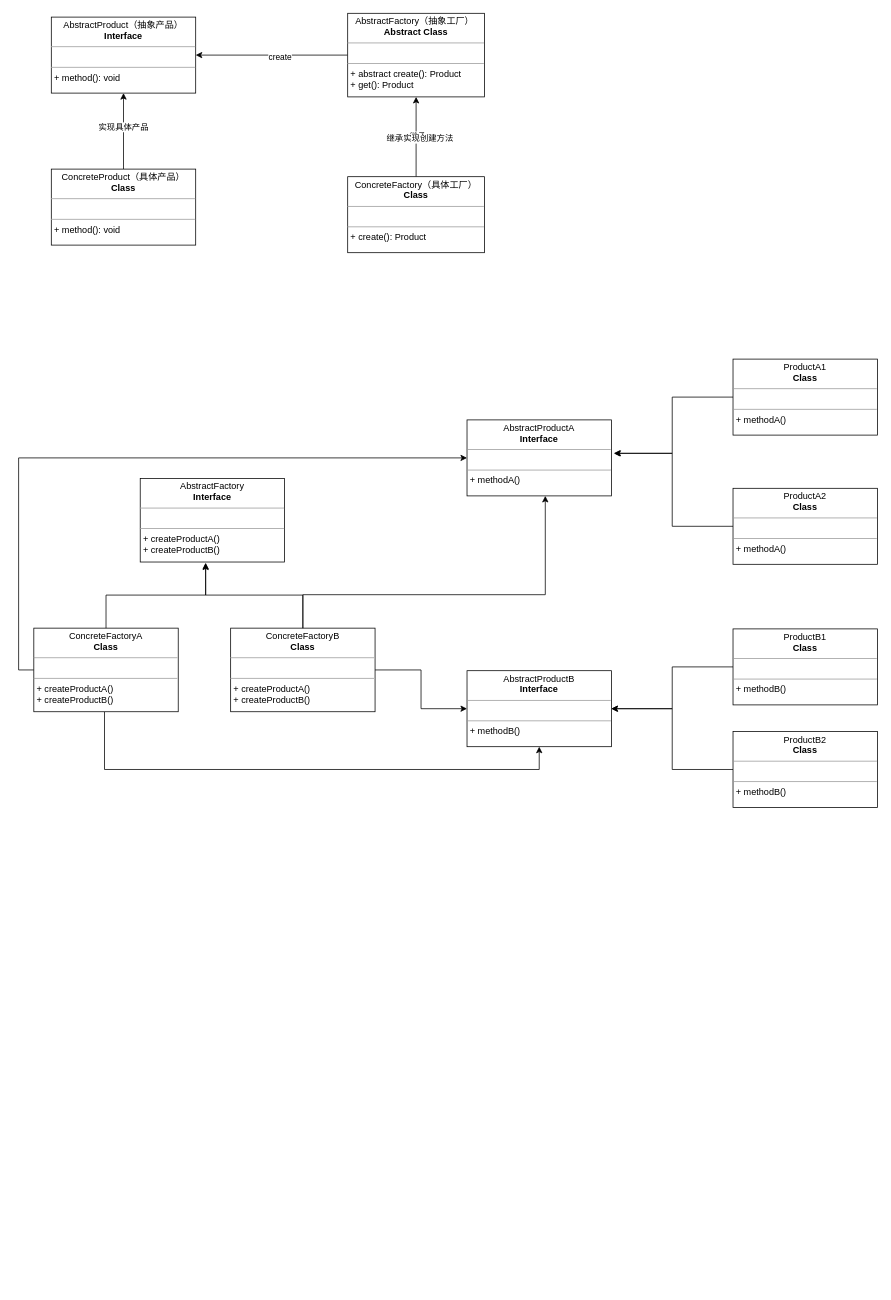
Earlier version of the draw.io diagram design.drawio (traurigekatze/creator). Source tidied: cells renumbered, new cells numbered last; positions are measured from the earlier drawing's top-left corner, leaving out a move shared by most shapes. Both pictures are drawn from the tidied source at 76%, with x=0, y=0 at pixel (18, 13).
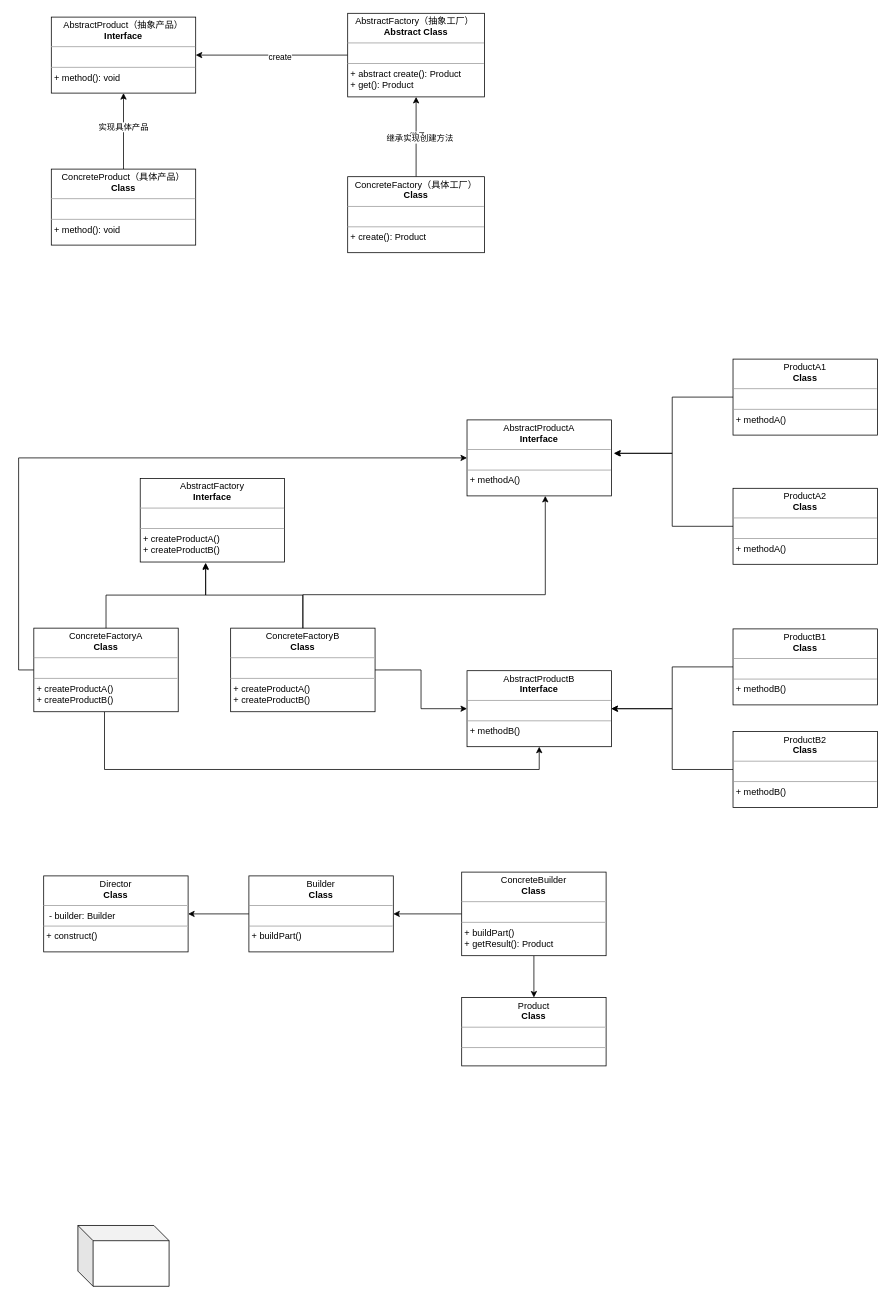
The same diagram, later.

The edit, as a diff of the source:
```diff
@@
+    <mxCell id="32" value="&lt;p style=&quot;margin:0px;margin-top:4px;text-align:center;&quot;&gt;Director&lt;br&gt;&lt;b&gt;Class&lt;/b&gt;&lt;/p&gt;&lt;hr size=&quot;1&quot;&gt;&lt;p style=&quot;margin:0px;margin-left:4px;&quot;&gt;&amp;nbsp;- builder: Builder&lt;/p&gt;&lt;hr size=&quot;1&quot;&gt;&lt;p style=&quot;margin:0px;margin-left:4px;&quot;&gt;+ construct()&lt;/p&gt;" style="verticalAlign=top;align=left;overflow=fill;fontSize=12;fontFamily=Helvetica;html=1;whiteSpace=wrap;" parent="1" vertex="1">
+      <mxGeometry x="33" y="1135" width="190" height="100" as="geometry" />
+    </mxCell>
+    <mxCell id="33" style="edgeStyle=orthogonalEdgeStyle;rounded=0;jettySize=auto;html=1;" parent="1" edge="1" source="34" target="32">
+      <mxGeometry relative="1" as="geometry" />
+    </mxCell>
+    <mxCell id="34" value="&lt;p style=&quot;margin:0px;margin-top:4px;text-align:center;&quot;&gt;Builder&lt;br&gt;&lt;b&gt;Class&lt;/b&gt;&lt;/p&gt;&lt;hr size=&quot;1&quot;&gt;&lt;p style=&quot;margin:0px;margin-left:4px;&quot;&gt;&lt;br&gt;&lt;/p&gt;&lt;hr size=&quot;1&quot;&gt;&lt;p style=&quot;margin:0px;margin-left:4px;&quot;&gt;+ buildPart()&lt;/p&gt;" style="verticalAlign=top;align=left;overflow=fill;fontSize=12;fontFamily=Helvetica;html=1;whiteSpace=wrap;" parent="1" vertex="1">
+      <mxGeometry x="303" y="1135" width="190" height="100" as="geometry" />
+    </mxCell>
+    <mxCell id="35" style="edgeStyle=orthogonalEdgeStyle;rounded=0;jettySize=auto;html=1;entryX=0.5;entryY=0;entryDx=0;entryDy=0;" parent="1" edge="1" source="37" target="38">
+      <mxGeometry relative="1" as="geometry" />
+    </mxCell>
+    <mxCell id="36" style="edgeStyle=orthogonalEdgeStyle;rounded=0;jettySize=auto;html=1;" parent="1" edge="1" source="37" target="34">
+      <mxGeometry relative="1" as="geometry" />
+    </mxCell>
+    <mxCell id="37" value="&lt;p style=&quot;margin:0px;margin-top:4px;text-align:center;&quot;&gt;ConcreteBuilder&lt;br&gt;&lt;b&gt;Class&lt;/b&gt;&lt;/p&gt;&lt;hr size=&quot;1&quot;&gt;&lt;p style=&quot;margin:0px;margin-left:4px;&quot;&gt;&lt;br&gt;&lt;/p&gt;&lt;hr size=&quot;1&quot;&gt;&lt;p style=&quot;margin:0px;margin-left:4px;&quot;&gt;+ buildPart()&lt;/p&gt;&lt;p style=&quot;margin:0px;margin-left:4px;&quot;&gt;+ getResult(): Product&lt;/p&gt;" style="verticalAlign=top;align=left;overflow=fill;fontSize=12;fontFamily=Helvetica;html=1;whiteSpace=wrap;" parent="1" vertex="1">
+      <mxGeometry x="583" y="1130" width="190" height="110" as="geometry" />
+    </mxCell>
+    <mxCell id="38" value="&lt;p style=&quot;margin:0px;margin-top:4px;text-align:center;&quot;&gt;Product&lt;br&gt;&lt;b&gt;Class&lt;/b&gt;&lt;/p&gt;&lt;hr size=&quot;1&quot;&gt;&lt;p style=&quot;margin:0px;margin-left:4px;&quot;&gt;&lt;br&gt;&lt;/p&gt;&lt;hr size=&quot;1&quot;&gt;&lt;p style=&quot;margin:0px;margin-left:4px;&quot;&gt;&lt;br&gt;&lt;/p&gt;" style="verticalAlign=top;align=left;overflow=fill;fontSize=12;fontFamily=Helvetica;html=1;whiteSpace=wrap;" parent="1" vertex="1">
+      <mxGeometry x="583" y="1295" width="190" height="90" as="geometry" />
+    </mxCell>
+    <mxCell id="39" style="shape=cube;whiteSpace=wrap;html=1;boundedLbl=1;backgroundOutline=1;darkOpacity=0.05;darkOpacity2=0.1;" parent="1" vertex="1">
+      <mxGeometry x="78" y="1595" width="120" height="80" as="geometry" />
+    </mxCell>
```
